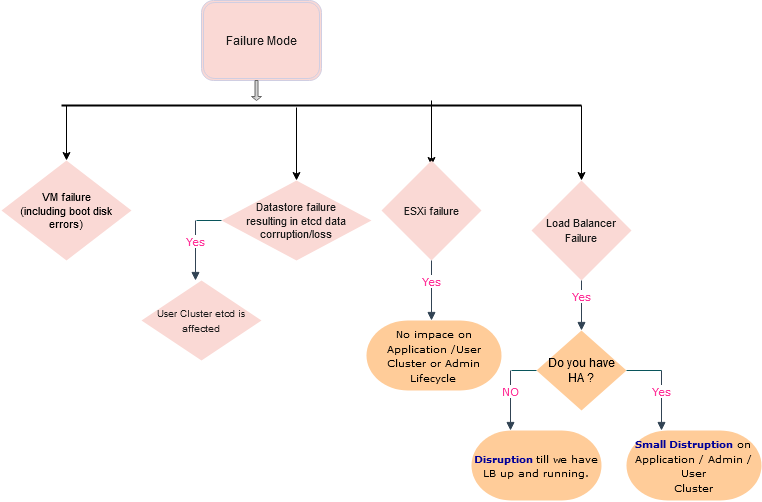
The draw.io diagram Untitled Diagram.png in prabhakarmishra/test, before a commit. Source tidied: cells renumbered, new cells last; positions are measured from the earlier drawing's top-left corner, leaving out a move shared by most shapes.
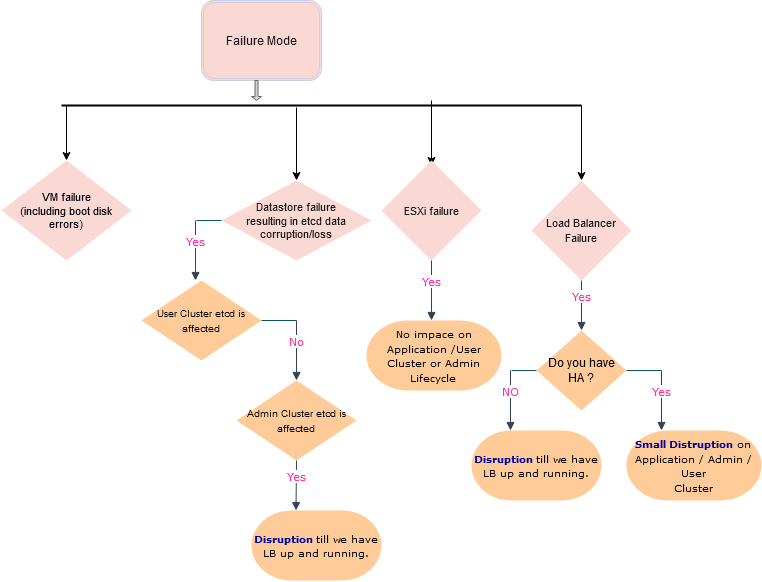
Above is the later version.

Change to the diagram source:
```diff
@@ -101,8 +101,31 @@
         <mxPoint x="220" y="220" as="targetPoint" />
       </mxGeometry>
     </mxCell>
-    <mxCell id="25" value="&lt;font style=&quot;font-size: 10px&quot;&gt;User Cluster etcd is affected&lt;br&gt;&lt;/font&gt;" style="strokeWidth=2;html=1;shape=mxgraph.flowchart.decision;whiteSpace=wrap;rounded=0;sketch=0;fillColor=#FAD9D5;fontColor=#1A1A1A;strokeColor=none;" parent="1" vertex="1">
+    <mxCell id="25" value="&lt;font style=&quot;font-size: 10px&quot;&gt;User Cluster etcd is affected&lt;br&gt;&lt;/font&gt;" style="strokeWidth=2;html=1;shape=mxgraph.flowchart.decision;whiteSpace=wrap;rounded=0;sketch=0;fillColor=#ffcc99;strokeColor=none;" parent="1" vertex="1">
       <mxGeometry x="140" y="280" width="120" height="80" as="geometry" />
     </mxCell>
+    <mxCell id="26" value="No" style="html=1;verticalAlign=bottom;endArrow=block;strokeColor=#314354;fontFamily=Verdana;fontColor=#FF3399;fillColor=#647687;" parent="1" edge="1">
+      <mxGeometry relative="1" as="geometry">
+        <mxPoint x="295" y="320" as="sourcePoint" />
+        <mxPoint x="295" y="380" as="targetPoint" />
+      </mxGeometry>
+    </mxCell>
+    <mxCell id="27" style="endArrow=none;html=1;strokeColor=#09555B;fontFamily=Verdana;fontColor=#FF3399;entryX=1;entryY=0.5;entryDx=0;entryDy=0;entryPerimeter=0;" parent="1" edge="1">
+      <mxGeometry relative="1" as="geometry">
+        <mxPoint x="295" y="320" as="sourcePoint" />
+        <mxPoint x="260" y="320" as="targetPoint" />
+      </mxGeometry>
+    </mxCell>
+    <mxCell id="28" value="&lt;font style=&quot;font-size: 10px&quot;&gt;Admin Cluster etcd is affected&lt;br&gt;&lt;/font&gt;" style="strokeWidth=2;html=1;shape=mxgraph.flowchart.decision;whiteSpace=wrap;rounded=0;sketch=0;fillColor=#ffcc99;strokeColor=none;" parent="1" vertex="1">
+      <mxGeometry x="235" y="380" width="120" height="80" as="geometry" />
+    </mxCell>
+    <mxCell id="29" value="Yes" style="html=1;verticalAlign=bottom;endArrow=block;strokeColor=#314354;fontFamily=Verdana;fontColor=#FF3399;fillColor=#647687;exitX=0.5;exitY=1;exitDx=0;exitDy=0;exitPerimeter=0;" parent="1" edge="1" source="28">
+      <mxGeometry relative="1" as="geometry">
+        <mxPoint x="294.5" y="510" as="targetPoint" />
+      </mxGeometry>
+    </mxCell>
+    <mxCell id="30" value="&lt;font style=&quot;font-size: 10px&quot;&gt;&lt;font color=&quot;#000099&quot;&gt;&lt;b&gt;Disruption &lt;/b&gt;&lt;/font&gt;till we have&lt;br&gt;LB up and running.&lt;br&gt;&lt;/font&gt;" style="strokeWidth=2;html=1;shape=mxgraph.flowchart.terminator;whiteSpace=wrap;rounded=0;sketch=0;fontFamily=Verdana;fillColor=#ffcc99;strokeColor=none;" parent="1" vertex="1">
+      <mxGeometry x="250" y="510" width="130" height="70" as="geometry" />
+    </mxCell>
   </root>
 </mxGraphModel>
```
